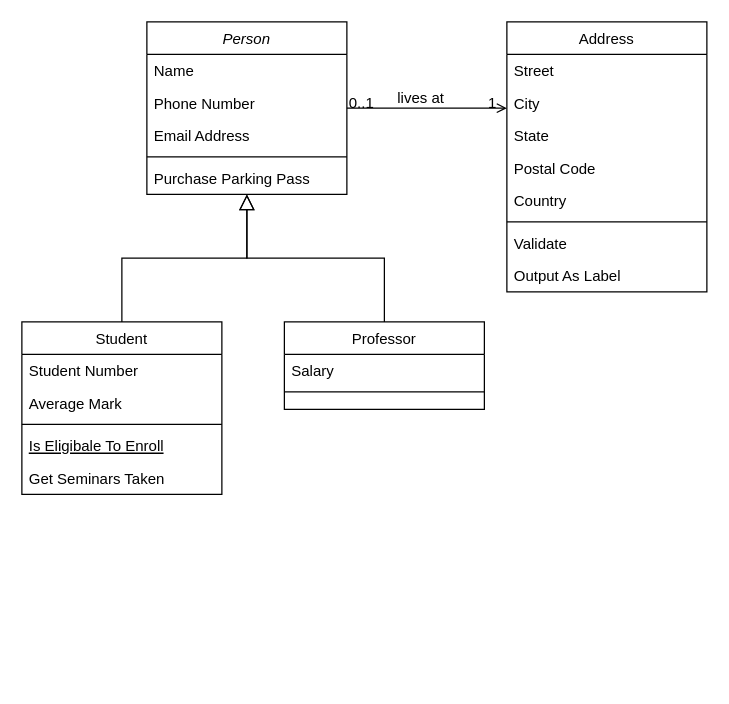
Before: Untitled Diagram.drawio in dirtslayer/Org, a draw.io diagram. Source tidied: cells renumbered, new cells numbered last; positions are measured from the earlier drawing's top-left corner, leaving out a move shared by most shapes. Both pictures are drawn from the tidied source at 125%, with x=0, y=0 at pixel (21, 21).
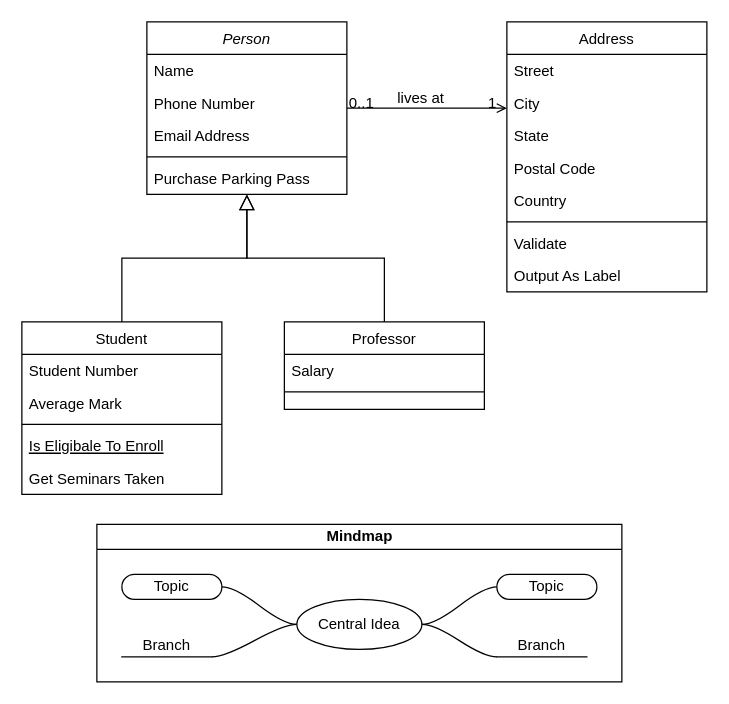
Above is the later version.

Change to the diagram source:
```diff
@@
+    <mxCell id="32" value="Mindmap" style="swimlane;html=1;startSize=20;horizontal=1;containerType=tree;" parent="1" vertex="1">
+      <mxGeometry x="60" y="402" width="420" height="126" as="geometry" />
+    </mxCell>
+    <mxCell id="33" style="edgeStyle=entityRelationEdgeStyle;startArrow=none;endArrow=none;segment=10;curved=1;" parent="32" edge="1" source="37" target="38">
+      <mxGeometry relative="1" as="geometry" />
+    </mxCell>
+    <mxCell id="34" style="edgeStyle=entityRelationEdgeStyle;startArrow=none;endArrow=none;segment=10;curved=1;" parent="32" edge="1" source="37" target="39">
+      <mxGeometry relative="1" as="geometry" />
+    </mxCell>
+    <mxCell id="35" style="edgeStyle=entityRelationEdgeStyle;startArrow=none;endArrow=none;segment=10;curved=1;" parent="32" edge="1" source="37" target="40">
+      <mxGeometry relative="1" as="geometry" />
+    </mxCell>
+    <mxCell id="36" style="edgeStyle=entityRelationEdgeStyle;startArrow=none;endArrow=none;segment=10;curved=1;" parent="32" edge="1" source="37" target="41">
+      <mxGeometry relative="1" as="geometry" />
+    </mxCell>
+    <mxCell id="37" value="Central Idea" style="ellipse;whiteSpace=wrap;html=1;align=center;newEdgeStyle={&quot;edgeStyle&quot;:&quot;entityRelationEdgeStyle&quot;,&quot;startArrow&quot;:&quot;none&quot;,&quot;endArrow&quot;:&quot;none&quot;,&quot;segment&quot;:10,&quot;curved&quot;:1};" parent="32" vertex="1">
+      <mxGeometry x="160" y="60" width="100" height="40" as="geometry" />
+    </mxCell>
+    <mxCell id="38" value="Topic" style="whiteSpace=wrap;html=1;rounded=1;arcSize=50;align=center;verticalAlign=middle;strokeWidth=1;spacing=4;newEdgeStyle={&quot;edgeStyle&quot;:&quot;entityRelationEdgeStyle&quot;,&quot;startArrow&quot;:&quot;none&quot;,&quot;endArrow&quot;:&quot;none&quot;,&quot;segment&quot;:10,&quot;curved&quot;:1};" parent="32" vertex="1">
+      <mxGeometry x="320" y="40" width="80" height="20" as="geometry" />
+    </mxCell>
+    <mxCell id="39" value="Branch" style="whiteSpace=wrap;html=1;shape=partialRectangle;top=0;left=0;bottom=1;right=0;points=[[0,1],[1,1]];fillColor=none;align=center;verticalAlign=bottom;routingCenterY=0.5;snapToPoint=1;newEdgeStyle={&quot;edgeStyle&quot;:&quot;entityRelationEdgeStyle&quot;,&quot;startArrow&quot;:&quot;none&quot;,&quot;endArrow&quot;:&quot;none&quot;,&quot;segment&quot;:10,&quot;curved&quot;:1};" parent="32" vertex="1">
+      <mxGeometry x="320" y="80" width="72" height="26" as="geometry" />
+    </mxCell>
+    <mxCell id="40" value="Topic" style="whiteSpace=wrap;html=1;rounded=1;arcSize=50;align=center;verticalAlign=middle;strokeWidth=1;spacing=4;newEdgeStyle={&quot;edgeStyle&quot;:&quot;entityRelationEdgeStyle&quot;,&quot;startArrow&quot;:&quot;none&quot;,&quot;endArrow&quot;:&quot;none&quot;,&quot;segment&quot;:10,&quot;curved&quot;:1};" parent="32" vertex="1">
+      <mxGeometry x="20" y="40" width="80" height="20" as="geometry" />
+    </mxCell>
+    <mxCell id="41" value="Branch" style="whiteSpace=wrap;html=1;shape=partialRectangle;top=0;left=0;bottom=1;right=0;points=[[0,1],[1,1]];fillColor=none;align=center;verticalAlign=bottom;routingCenterY=0.5;snapToPoint=1;newEdgeStyle={&quot;edgeStyle&quot;:&quot;entityRelationEdgeStyle&quot;,&quot;startArrow&quot;:&quot;none&quot;,&quot;endArrow&quot;:&quot;none&quot;,&quot;segment&quot;:10,&quot;curved&quot;:1};" parent="32" vertex="1">
+      <mxGeometry x="20" y="80" width="72" height="26" as="geometry" />
+    </mxCell>
```
